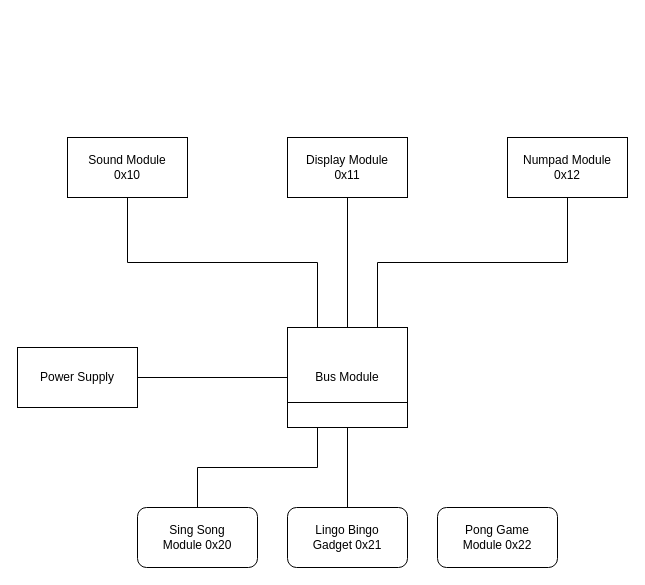
Above: temp/fizzbizz.drawio in jeskes/activityboard (draw.io), before the change. Source tidied: cells renumbered, new cells numbered last; positions are measured from the earlier drawing's top-left corner, leaving out a move shared by most shapes. Both pictures are drawn from the tidied source at 100%, with x=0, y=0 at pixel (17, 137).
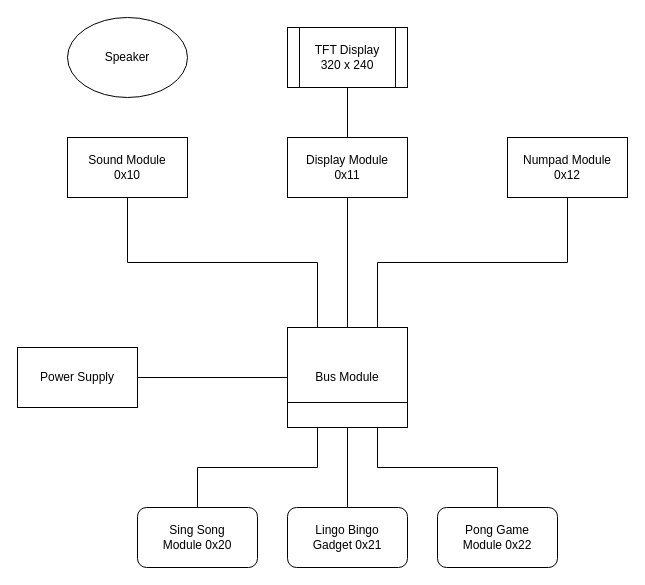
The same diagram, later.

Unchanged cells that the change refers to:
```xml
<mxCell id="2" value="Bus Module" style="rounded=0;whiteSpace=wrap;html=1;" parent="1" vertex="1">
  <mxGeometry x="270" y="190" width="120" height="100" as="geometry" />
</mxCell>
<mxCell id="4" value="Display Module&lt;br&gt;0x11" style="rounded=0;whiteSpace=wrap;html=1;" parent="1" vertex="1">
  <mxGeometry x="270" width="120" height="60" as="geometry" />
</mxCell>
<mxCell id="16" value="Pong Game&lt;br&gt;Module 0x22" style="rounded=1;whiteSpace=wrap;html=1;" parent="1" vertex="1">
  <mxGeometry x="420" y="370" width="120" height="60" as="geometry" />
</mxCell>
```

The edit, as a diff of the source:
```diff
@@
+    <mxCell id="17" style="endArrow=none;html=1;rounded=0;entryX=0.75;entryY=1;entryDx=0;entryDy=0;exitX=0.5;exitY=0;exitDx=0;exitDy=0;edgeStyle=orthogonalEdgeStyle;" parent="1" edge="1" source="16" target="2">
+      <mxGeometry relative="1" as="geometry" />
+    </mxCell>
+    <mxCell id="18" value="Speaker" style="ellipse;whiteSpace=wrap;html=1;shapeInside=1;" parent="1" vertex="1">
+      <mxGeometry x="50" y="-120" width="120" height="80" as="geometry" />
+    </mxCell>
+    <mxCell id="19" value="TFT Display&lt;br&gt;320 x 240" style="shape=process;whiteSpace=wrap;html=1;backgroundOutline=1;" parent="1" vertex="1">
+      <mxGeometry x="270" y="-110" width="120" height="60" as="geometry" />
+    </mxCell>
+    <mxCell id="20" style="endArrow=none;html=1;rounded=0;entryX=0.5;entryY=1;entryDx=0;entryDy=0;exitX=0.5;exitY=0;exitDx=0;exitDy=0;" parent="1" edge="1" source="4" target="19">
+      <mxGeometry relative="1" as="geometry" />
+    </mxCell>
```
